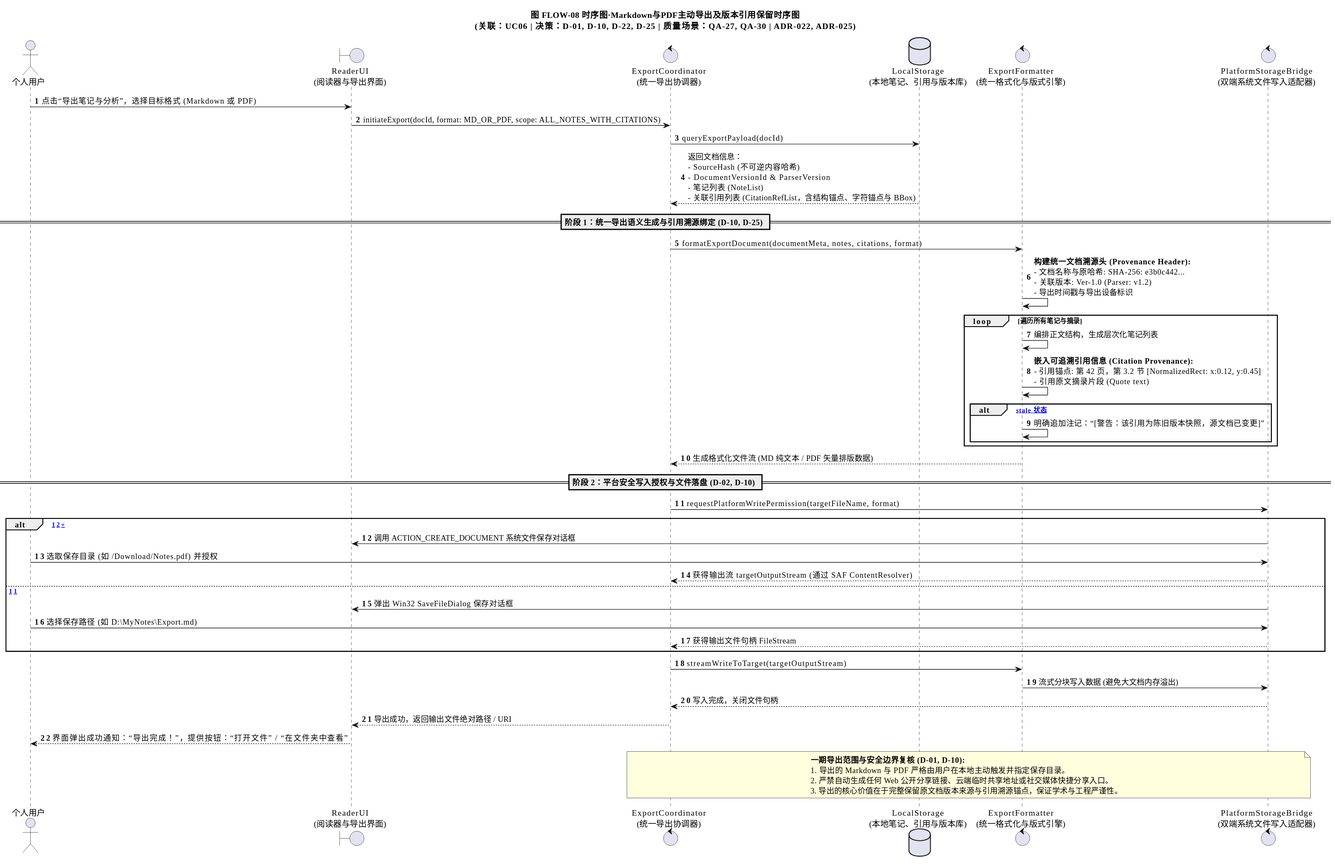
Above: docs/架构设计/阶段成果-V0.4-双端需求补充/41-架构视图与图件交付包-V1.0/导出图-SVG/FLOW-08-Markdown与PDF主动导出及版本引用保留时序图.svg in Aut-172/Intelligent-Reader (PlantUML), before the change. The source it was exported from:
```plantuml
@startuml
title 图 FLOW-08 时序图·Markdown与PDF主动导出及版本引用保留时序图\n(关联：UC06 | 决策：D-01, D-10, D-22, D-25 | 质量场景：QA-27, QA-30 | ADR-022, ADR-025)
autonumber
skinparam shadowing false
skinparam defaultFontName Microsoft YaHei

actor "个人用户" as User
boundary "ReaderUI\n(阅读器与导出界面)" as UI
control "ExportCoordinator\n(统一导出协调器)" as Coord
database "LocalStorage\n(本地笔记、引用与版本库)" as Store
control "ExportFormatter\n(统一格式化与版式引擎)" as Formatter
control "PlatformStorageBridge\n(双端系统文件写入适配器)" as Bridge

User -> UI : 点击“导出笔记与分析”，选择目标格式 (Markdown 或 PDF)
UI -> Coord : initiateExport(docId, format: MD_OR_PDF, scope: ALL_NOTES_WITH_CITATIONS)

Coord -> Store : queryExportPayload(docId)
Store --> Coord : 返回文档信息：\n- SourceHash (不可逆内容哈希)\n- DocumentVersionId & ParserVersion\n- 笔记列表 (NoteList)\n- 关联引用列表 (CitationRefList，含结构锚点、字符锚点与 BBox)

== 阶段 1：统一导出语义生成与引用溯源绑定 (D-10, D-25) ==

Coord -> Formatter : formatExportDocument(documentMeta, notes, citations, format)
Formatter -> Formatter : **构建统一文档溯源头 (Provenance Header):**\n- 文档名称与原哈希: SHA-256: e3b0c442...\n- 关联版本: Ver-1.0 (Parser: v1.2)\n- 导出时间戳与导出设备标识

loop 遍历所有笔记与摘录
    Formatter -> Formatter : 编排正文结构，生成层次化笔记列表
    Formatter -> Formatter : **嵌入可追溯引用信息 (Citation Provenance):**\n- 引用锚点: 第 42 页，第 3.2 节 [NormalizedRect: x:0.12, y:0.45]\n- 引用原文摘录片段 (Quote text)
    alt [该引用处于 stale 状态]
        Formatter -> Formatter : 明确追加注记：“[警告：该引用为陈旧版本快照，源文档已变更]”
    end
end

Formatter --> Coord : 生成格式化文件流 (MD 纯文本 / PDF 矢量排版数据)

== 阶段 2：平台安全写入授权与文件落盘 (D-02, D-10) ==

Coord -> Bridge : requestPlatformWritePermission(targetFileName, format)

alt [运行环境：Android 12+]
    Bridge -> UI : 调用 ACTION_CREATE_DOCUMENT 系统文件保存对话框
    User -> Bridge : 选取保存目录 (如 /Download/Notes.pdf) 并授权
    Bridge --> Coord : 获得输出流 targetOutputStream (通过 SAF ContentResolver)
else [运行环境：Windows 11]
    Bridge -> UI : 弹出 Win32 SaveFileDialog 保存对话框
    User -> Bridge : 选择保存路径 (如 D:\\MyNotes\\Export.md)
    Bridge --> Coord : 获得输出文件句柄 FileStream
end

Coord -> Formatter : streamWriteToTarget(targetOutputStream)
Formatter -> Bridge : 流式分块写入数据 (避免大文档内存溢出)
Bridge --> Coord : 写入完成，关闭文件句柄

Coord --> UI : 导出成功，返回输出文件绝对路径 / URI
UI --> User : 界面弹出成功通知：“导出完成！”，提供按钮：“打开文件” / “在文件夹中查看”

note over Coord, Bridge
  **一期导出范围与安全边界复核 (D-01, D-10):**
  1. 导出的 Markdown 与 PDF 严格由用户在本地主动触发并指定保存目录。
  2. 严禁自动生成任何 Web 公开分享链接、云端临时共享地址或社交媒体快捷分享入口。
  3. 导出的核心价值在于完整保留原文档版本来源与引用溯源锚点，保证学术与工程严谨性。
end note
@enduml
```
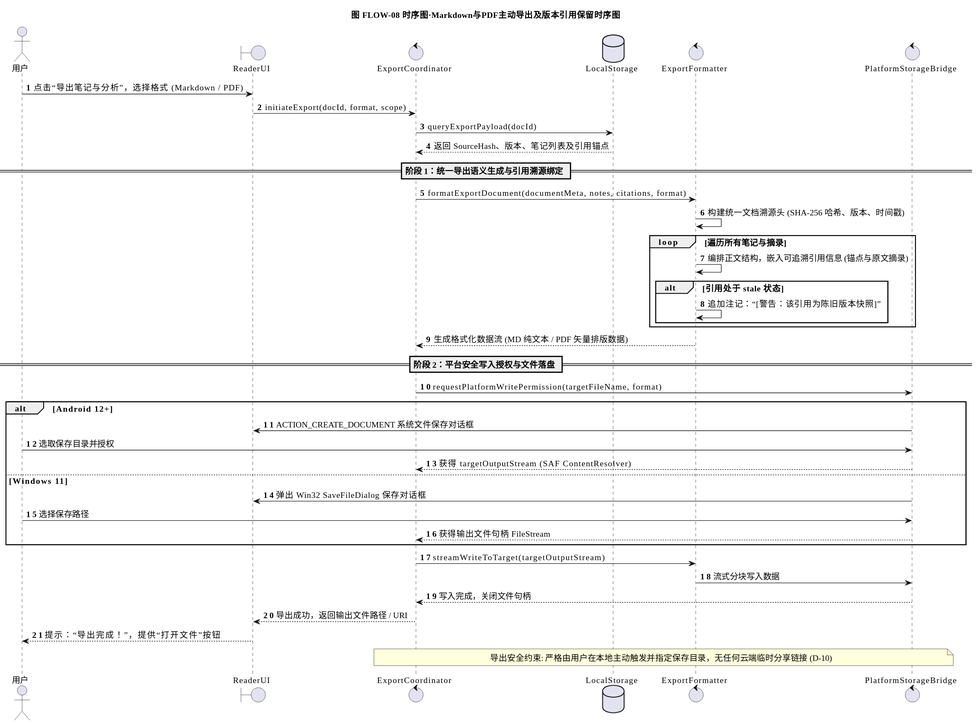
The same file after the commit.

The edit, as a diff of the source:
```diff
@@ -1,62 +1,59 @@
 @startuml
-title 图 FLOW-08 时序图·Markdown与PDF主动导出及版本引用保留时序图\n(关联：UC06 | 决策：D-01, D-10, D-22, D-25 | 质量场景：QA-27, QA-30 | ADR-022, ADR-025)
+title 图 FLOW-08 时序图·Markdown与PDF主动导出及版本引用保留时序图
 autonumber
 skinparam shadowing false
 skinparam defaultFontName Microsoft YaHei
+skinparam defaultFontSize 14
+skinparam ParticipantPadding 10
+skinparam BoxPadding 10
 
-actor "个人用户" as User
-boundary "ReaderUI\n(阅读器与导出界面)" as UI
-control "ExportCoordinator\n(统一导出协调器)" as Coord
-database "LocalStorage\n(本地笔记、引用与版本库)" as Store
-control "ExportFormatter\n(统一格式化与版式引擎)" as Formatter
-control "PlatformStorageBridge\n(双端系统文件写入适配器)" as Bridge
+actor "用户" as User
+boundary "ReaderUI" as UI
+control "ExportCoordinator" as Coord
+database "LocalStorage" as Store
+control "ExportFormatter" as Formatter
+control "PlatformStorageBridge" as Bridge
 
-User -> UI : 点击“导出笔记与分析”，选择目标格式 (Markdown 或 PDF)
-UI -> Coord : initiateExport(docId, format: MD_OR_PDF, scope: ALL_NOTES_WITH_CITATIONS)
+User -> UI : 点击“导出笔记与分析”，选择格式 (Markdown / PDF)
+UI -> Coord : initiateExport(docId, format, scope)
 
 Coord -> Store : queryExportPayload(docId)
-Store --> Coord : 返回文档信息：\n- SourceHash (不可逆内容哈希)\n- DocumentVersionId & ParserVersion\n- 笔记列表 (NoteList)\n- 关联引用列表 (CitationRefList，含结构锚点、字符锚点与 BBox)
+Store --> Coord : 返回 SourceHash、版本、笔记列表及引用锚点
 
-== 阶段 1：统一导出语义生成与引用溯源绑定 (D-10, D-25) ==
+== 阶段 1：统一导出语义生成与引用溯源绑定 ==
 
 Coord -> Formatter : formatExportDocument(documentMeta, notes, citations, format)
-Formatter -> Formatter : **构建统一文档溯源头 (Provenance Header):**\n- 文档名称与原哈希: SHA-256: e3b0c442...\n- 关联版本: Ver-1.0 (Parser: v1.2)\n- 导出时间戳与导出设备标识
+Formatter -> Formatter : 构建统一文档溯源头 (SHA-256 哈希、版本、时间戳)
 
 loop 遍历所有笔记与摘录
-    Formatter -> Formatter : 编排正文结构，生成层次化笔记列表
-    Formatter -> Formatter : **嵌入可追溯引用信息 (Citation Provenance):**\n- 引用锚点: 第 42 页，第 3.2 节 [NormalizedRect: x:0.12, y:0.45]\n- 引用原文摘录片段 (Quote text)
-    alt [该引用处于 stale 状态]
-        Formatter -> Formatter : 明确追加注记：“[警告：该引用为陈旧版本快照，源文档已变更]”
+    Formatter -> Formatter : 编排正文结构，嵌入可追溯引用信息 (锚点与原文摘录)
+    alt 引用处于 stale 状态
+        Formatter -> Formatter : 追加注记：“[警告：该引用为陈旧版本快照]”
     end
 end
 
-Formatter --> Coord : 生成格式化文件流 (MD 纯文本 / PDF 矢量排版数据)
+Formatter --> Coord : 生成格式化数据流 (MD 纯文本 / PDF 矢量排版数据)
 
-== 阶段 2：平台安全写入授权与文件落盘 (D-02, D-10) ==
+== 阶段 2：平台安全写入授权与文件落盘 ==
 
 Coord -> Bridge : requestPlatformWritePermission(targetFileName, format)
 
-alt [运行环境：Android 12+]
-    Bridge -> UI : 调用 ACTION_CREATE_DOCUMENT 系统文件保存对话框
-    User -> Bridge : 选取保存目录 (如 /Download/Notes.pdf) 并授权
-    Bridge --> Coord : 获得输出流 targetOutputStream (通过 SAF ContentResolver)
-else [运行环境：Windows 11]
+alt Android 12+
+    Bridge -> UI : ACTION_CREATE_DOCUMENT 系统文件保存对话框
+    User -> Bridge : 选取保存目录并授权
+    Bridge --> Coord : 获得 targetOutputStream (SAF ContentResolver)
+else Windows 11
     Bridge -> UI : 弹出 Win32 SaveFileDialog 保存对话框
-    User -> Bridge : 选择保存路径 (如 D:\\MyNotes\\Export.md)
+    User -> Bridge : 选择保存路径
     Bridge --> Coord : 获得输出文件句柄 FileStream
 end
 
 Coord -> Formatter : streamWriteToTarget(targetOutputStream)
-Formatter -> Bridge : 流式分块写入数据 (避免大文档内存溢出)
+Formatter -> Bridge : 流式分块写入数据
 Bridge --> Coord : 写入完成，关闭文件句柄
 
-Coord --> UI : 导出成功，返回输出文件绝对路径 / URI
-UI --> User : 界面弹出成功通知：“导出完成！”，提供按钮：“打开文件” / “在文件夹中查看”
+Coord --> UI : 导出成功，返回输出文件路径 / URI
+UI --> User : 提示：“导出完成！”，提供“打开文件”按钮
 
-note over Coord, Bridge
-  **一期导出范围与安全边界复核 (D-01, D-10):**
-  1. 导出的 Markdown 与 PDF 严格由用户在本地主动触发并指定保存目录。
-  2. 严禁自动生成任何 Web 公开分享链接、云端临时共享地址或社交媒体快捷分享入口。
-  3. 导出的核心价值在于完整保留原文档版本来源与引用溯源锚点，保证学术与工程严谨性。
-end note
+note over Coord, Bridge : 导出安全约束: 严格由用户在本地主动触发并指定保存目录，无任何云端临时分享链接 (D-10)
 @enduml
```
